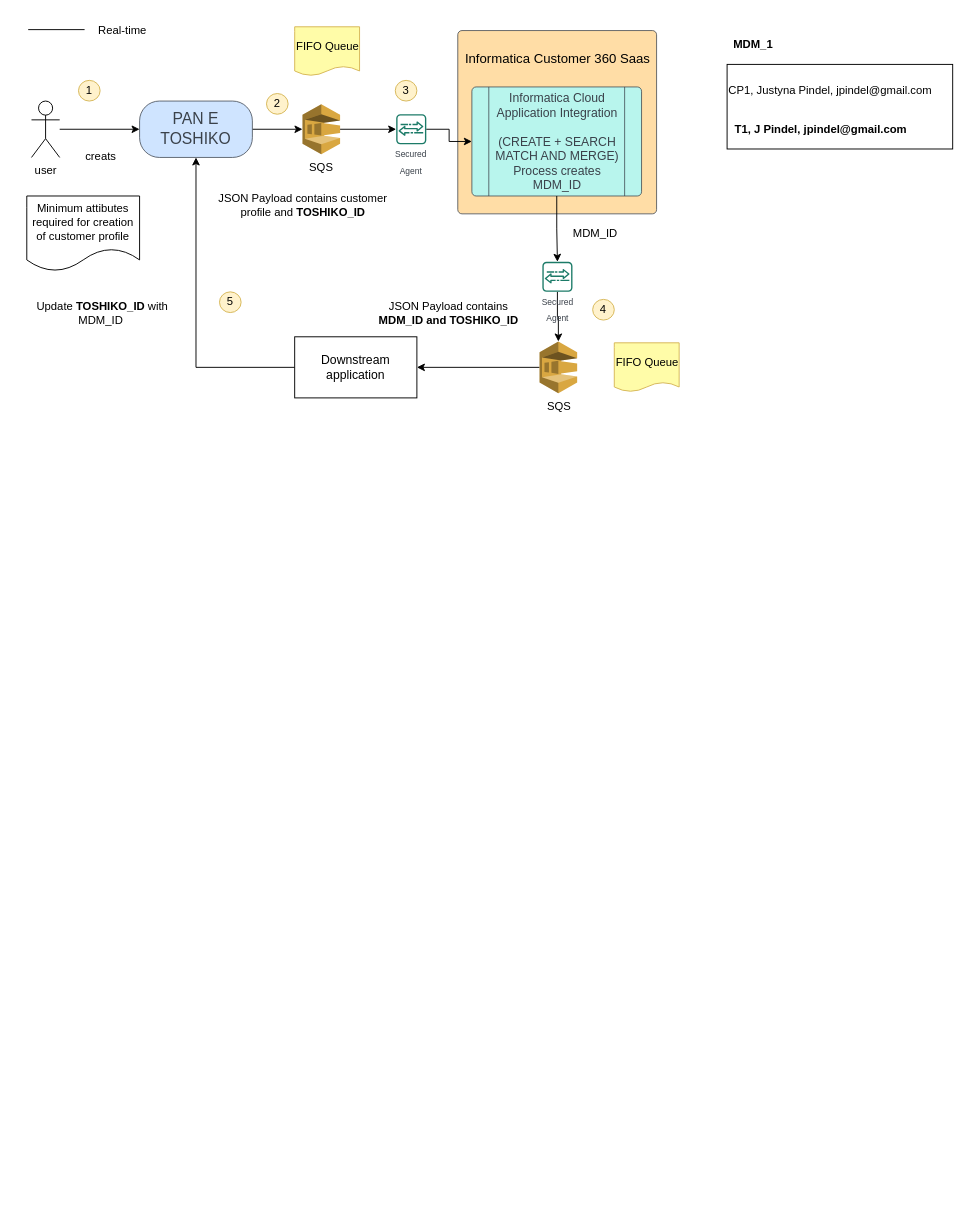
Above: page "TOSHIKO - Create" (5 of 13) of TME-Misc_Design.drawio in biswarup81/drawings (draw.io), before the change. Source tidied: cells renumbered, new cells numbered last; positions are measured from the earlier drawing's top-left corner, leaving out a move shared by most shapes. Both pictures are drawn from the tidied source at 94%, with x=0, y=0 at pixel (25, 16).
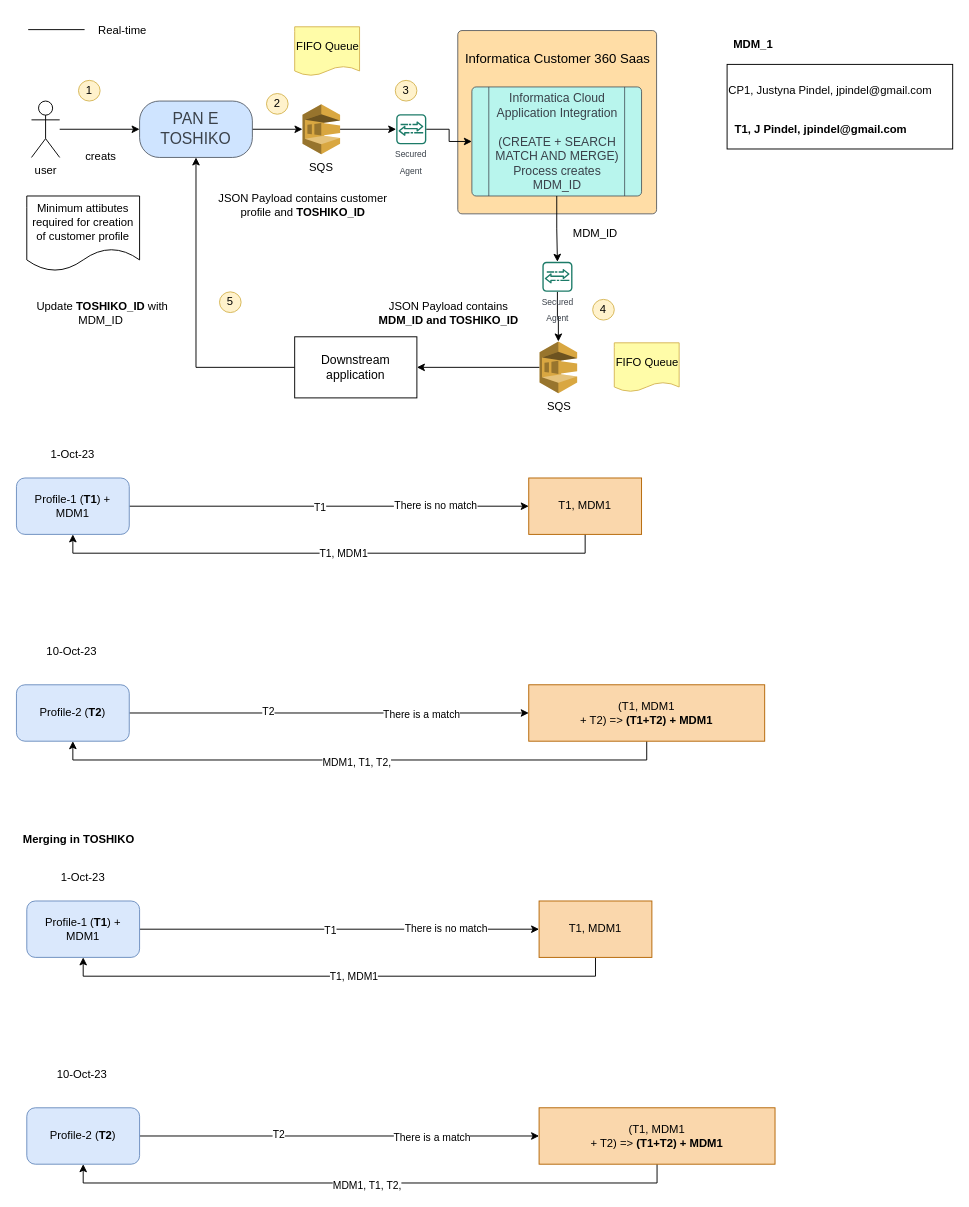
The same page after the edit.

What changed in the source:
```diff
@@
+    <mxCell id="39" style="edgeStyle=orthogonalEdgeStyle;rounded=0;jettySize=auto;html=1;" parent="1" edge="1" source="42" target="49">
+      <mxGeometry relative="1" as="geometry" />
+    </mxCell>
+    <mxCell id="40" value="T1" style="edgeLabel;html=1;align=center;verticalAlign=middle;" parent="39" vertex="1">
+      <mxGeometry x="-0.05" y="-1" relative="1" as="geometry" />
+    </mxCell>
+    <mxCell id="41" value="There is no match" style="edgeLabel;html=1;align=center;verticalAlign=middle;" parent="39" vertex="1">
+      <mxGeometry x="0.53" y="2" relative="1" as="geometry" />
+    </mxCell>
+    <mxCell id="42" value="Profile-1 (&lt;b&gt;T1&lt;/b&gt;) + MDM1" style="rounded=1;whiteSpace=wrap;html=1;fillColor=#dae8fc;strokeColor=#6c8ebf;" parent="1" vertex="1">
+      <mxGeometry x="-10" y="491" width="120" height="60" as="geometry" />
+    </mxCell>
+    <mxCell id="43" style="edgeStyle=orthogonalEdgeStyle;rounded=0;jettySize=auto;html=1;" parent="1" edge="1" source="46" target="54">
+      <mxGeometry relative="1" as="geometry" />
+    </mxCell>
+    <mxCell id="44" value="T2" style="edgeLabel;html=1;align=center;verticalAlign=middle;" parent="43" vertex="1">
+      <mxGeometry x="-0.31" y="2" relative="1" as="geometry" />
+    </mxCell>
+    <mxCell id="45" value="There is a match" style="edgeLabel;html=1;align=center;verticalAlign=middle;" parent="43" vertex="1">
+      <mxGeometry x="0.46" y="-1" relative="1" as="geometry" />
+    </mxCell>
+    <mxCell id="46" value="Profile-2 (&lt;b&gt;T2&lt;/b&gt;)" style="rounded=1;whiteSpace=wrap;html=1;fillColor=#dae8fc;strokeColor=#6c8ebf;" parent="1" vertex="1">
+      <mxGeometry x="-10" y="711" width="120" height="60" as="geometry" />
+    </mxCell>
+    <mxCell id="47" style="edgeStyle=orthogonalEdgeStyle;rounded=0;jettySize=auto;html=1;entryX=0.5;entryY=1;entryDx=0;entryDy=0;" parent="1" edge="1" source="49" target="42">
+      <mxGeometry relative="1" as="geometry">
+        <Array as="points">
+          <mxPoint x="595" y="571" />
+          <mxPoint x="50" y="571" />
+        </Array>
+      </mxGeometry>
+    </mxCell>
+    <mxCell id="48" value="T1, MDM1" style="edgeLabel;html=1;align=center;verticalAlign=middle;" parent="47" vertex="1">
+      <mxGeometry x="-0.05" relative="1" as="geometry" />
+    </mxCell>
+    <mxCell id="49" value="T1, MDM1" style="rounded=0;whiteSpace=wrap;html=1;fillColor=#fad7ac;strokeColor=#b46504;" parent="1" vertex="1">
+      <mxGeometry x="535" y="491" width="120" height="60" as="geometry" />
+    </mxCell>
+    <mxCell id="50" value="1-Oct-23" style="text;html=1;strokeColor=none;fillColor=none;align=center;verticalAlign=middle;whiteSpace=wrap;rounded=0;" parent="1" vertex="1">
+      <mxGeometry x="20" y="451" width="60" height="30" as="geometry" />
+    </mxCell>
+    <mxCell id="51" value="10-Oct-23" style="text;html=1;strokeColor=none;fillColor=none;align=center;verticalAlign=middle;whiteSpace=wrap;rounded=0;" parent="1" vertex="1">
+      <mxGeometry x="19" y="661" width="60" height="30" as="geometry" />
+    </mxCell>
+    <mxCell id="52" style="edgeStyle=orthogonalEdgeStyle;rounded=0;jettySize=auto;html=1;entryX=0.5;entryY=1;entryDx=0;entryDy=0;" parent="1" edge="1" source="54" target="46">
+      <mxGeometry relative="1" as="geometry">
+        <Array as="points">
+          <mxPoint x="661" y="791" />
+          <mxPoint x="50" y="791" />
+        </Array>
+      </mxGeometry>
+    </mxCell>
+    <mxCell id="53" value="MDM1, T1, T2," style="edgeLabel;html=1;align=center;verticalAlign=middle;" parent="52" vertex="1">
+      <mxGeometry x="0.01" y="2" relative="1" as="geometry" />
+    </mxCell>
+    <mxCell id="54" value="(T1, MDM1&lt;br&gt;+ T2) =&amp;gt; &lt;b&gt;(T1+T2) + MDM1&lt;/b&gt;" style="rounded=0;whiteSpace=wrap;html=1;fillColor=#fad7ac;strokeColor=#b46504;" parent="1" vertex="1">
+      <mxGeometry x="535" y="711" width="251" height="60" as="geometry" />
+    </mxCell>
+    <mxCell id="55" style="edgeStyle=orthogonalEdgeStyle;rounded=0;jettySize=auto;html=1;" parent="1" edge="1" source="58" target="65">
+      <mxGeometry relative="1" as="geometry" />
+    </mxCell>
+    <mxCell id="56" value="T1" style="edgeLabel;html=1;align=center;verticalAlign=middle;" parent="55" vertex="1">
+      <mxGeometry x="-0.05" y="-1" relative="1" as="geometry" />
+    </mxCell>
+    <mxCell id="57" value="There is no match" style="edgeLabel;html=1;align=center;verticalAlign=middle;" parent="55" vertex="1">
+      <mxGeometry x="0.53" y="2" relative="1" as="geometry" />
+    </mxCell>
+    <mxCell id="58" value="Profile-1 (&lt;b&gt;T1&lt;/b&gt;) + MDM1" style="rounded=1;whiteSpace=wrap;html=1;fillColor=#dae8fc;strokeColor=#6c8ebf;" parent="1" vertex="1">
+      <mxGeometry x="1" y="941" width="120" height="60" as="geometry" />
+    </mxCell>
+    <mxCell id="59" style="edgeStyle=orthogonalEdgeStyle;rounded=0;jettySize=auto;html=1;" parent="1" edge="1" source="62" target="70">
+      <mxGeometry relative="1" as="geometry" />
+    </mxCell>
+    <mxCell id="60" value="T2" style="edgeLabel;html=1;align=center;verticalAlign=middle;" parent="59" vertex="1">
+      <mxGeometry x="-0.31" y="2" relative="1" as="geometry" />
+    </mxCell>
+    <mxCell id="61" value="There is a match" style="edgeLabel;html=1;align=center;verticalAlign=middle;" parent="59" vertex="1">
+      <mxGeometry x="0.46" y="-1" relative="1" as="geometry" />
+    </mxCell>
+    <mxCell id="62" value="Profile-2 (&lt;b&gt;T2&lt;/b&gt;)" style="rounded=1;whiteSpace=wrap;html=1;fillColor=#dae8fc;strokeColor=#6c8ebf;" parent="1" vertex="1">
+      <mxGeometry x="1" y="1161" width="120" height="60" as="geometry" />
+    </mxCell>
+    <mxCell id="63" style="edgeStyle=orthogonalEdgeStyle;rounded=0;jettySize=auto;html=1;entryX=0.5;entryY=1;entryDx=0;entryDy=0;" parent="1" edge="1" source="65" target="58">
+      <mxGeometry relative="1" as="geometry">
+        <Array as="points">
+          <mxPoint x="606" y="1021" />
+          <mxPoint x="61" y="1021" />
+        </Array>
+      </mxGeometry>
+    </mxCell>
+    <mxCell id="64" value="T1, MDM1" style="edgeLabel;html=1;align=center;verticalAlign=middle;" parent="63" vertex="1">
+      <mxGeometry x="-0.05" relative="1" as="geometry" />
+    </mxCell>
+    <mxCell id="65" value="T1, MDM1" style="rounded=0;whiteSpace=wrap;html=1;fillColor=#fad7ac;strokeColor=#b46504;" parent="1" vertex="1">
+      <mxGeometry x="546" y="941" width="120" height="60" as="geometry" />
+    </mxCell>
+    <mxCell id="66" value="1-Oct-23" style="text;html=1;strokeColor=none;fillColor=none;align=center;verticalAlign=middle;whiteSpace=wrap;rounded=0;" parent="1" vertex="1">
+      <mxGeometry x="31" y="901" width="60" height="30" as="geometry" />
+    </mxCell>
+    <mxCell id="67" value="10-Oct-23" style="text;html=1;strokeColor=none;fillColor=none;align=center;verticalAlign=middle;whiteSpace=wrap;rounded=0;" parent="1" vertex="1">
+      <mxGeometry x="30" y="1111" width="60" height="30" as="geometry" />
+    </mxCell>
+    <mxCell id="68" style="edgeStyle=orthogonalEdgeStyle;rounded=0;jettySize=auto;html=1;entryX=0.5;entryY=1;entryDx=0;entryDy=0;" parent="1" edge="1" source="70" target="62">
+      <mxGeometry relative="1" as="geometry">
+        <Array as="points">
+          <mxPoint x="672" y="1241" />
+          <mxPoint x="61" y="1241" />
+        </Array>
+      </mxGeometry>
+    </mxCell>
+    <mxCell id="69" value="MDM1, T1, T2," style="edgeLabel;html=1;align=center;verticalAlign=middle;" parent="68" vertex="1">
+      <mxGeometry x="0.01" y="2" relative="1" as="geometry" />
+    </mxCell>
+    <mxCell id="70" value="(T1, MDM1&lt;br&gt;+ T2) =&amp;gt; &lt;b&gt;(T1+T2) + MDM1&lt;/b&gt;" style="rounded=0;whiteSpace=wrap;html=1;fillColor=#fad7ac;strokeColor=#b46504;" parent="1" vertex="1">
+      <mxGeometry x="546" y="1161" width="251" height="60" as="geometry" />
+    </mxCell>
+    <mxCell id="71" value="Merging in TOSHIKO" style="text;html=1;strokeColor=none;fillColor=none;align=center;verticalAlign=middle;whiteSpace=wrap;rounded=0;fontStyle=1;" parent="1" vertex="1">
+      <mxGeometry x="-10" y="861" width="132.5" height="30" as="geometry" />
+    </mxCell>
```
